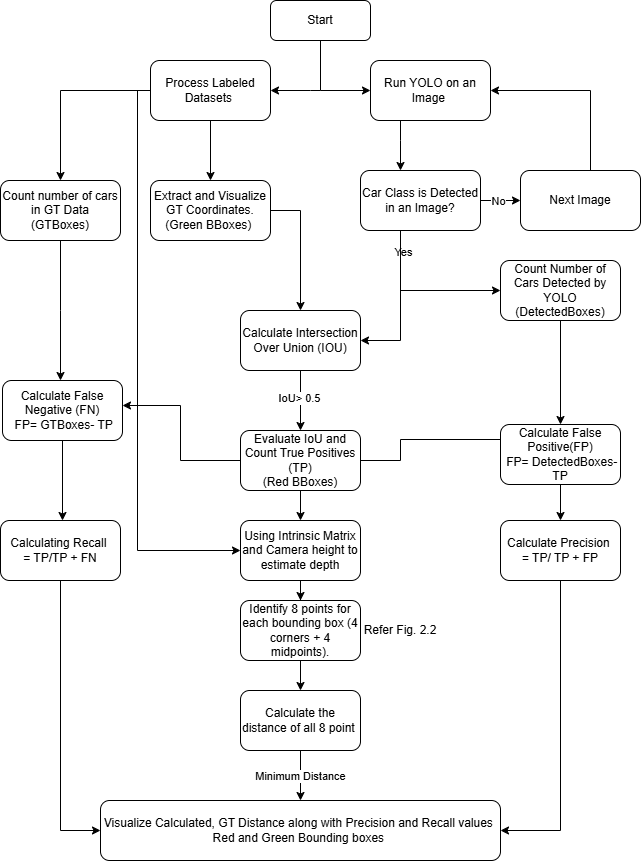
This is Algorithm_Flowchart.png from KaranSankla/ObjectDetection_YOLO, a draw.io export, as it was before one commit. Source tidied: cells renumbered, new cells last; positions are measured from the earlier drawing's top-left corner, leaving out a move shared by most shapes.
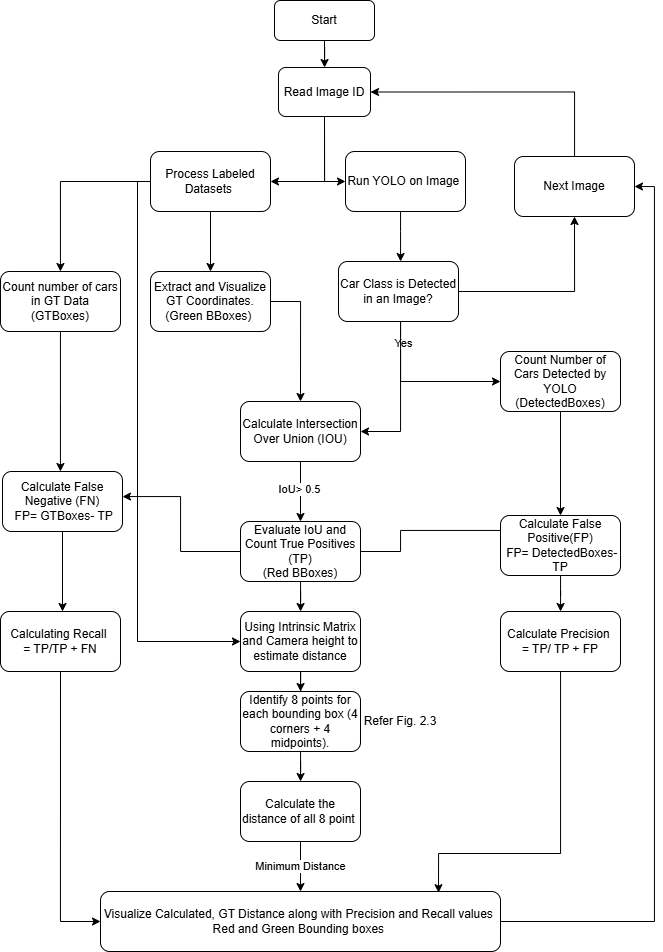
Later version of the same file.

What changed in the source:
```diff
@@ -2,11 +2,11 @@
   <root>
     <mxCell id="0" />
     <mxCell id="1" parent="0" />
-    <mxCell id="2" style="edgeStyle=orthogonalEdgeStyle;rounded=0;jettySize=auto;html=1;exitX=0.5;exitY=1;exitDx=0;exitDy=0;entryX=0;entryY=0.5;entryDx=0;entryDy=0;" parent="1" edge="1" source="3" target="9">
-      <mxGeometry relative="1" as="geometry" />
-    </mxCell>
+    <mxCell id="49" style="edgeStyle=orthogonalEdgeStyle;rounded=0;jettySize=auto;html=1;exitX=0.5;exitY=1;exitDx=0;exitDy=0;" parent="1" edge="1" source="3" target="20">
+      <mxGeometry relative="1" as="geometry" />
+    </mxCell>
     <mxCell id="3" value="Start" style="rounded=1;whiteSpace=wrap;html=1;" parent="1" vertex="1">
-      <mxGeometry x="270" width="100" height="40" as="geometry" />
+      <mxGeometry x="274" y="-91" width="100" height="40" as="geometry" />
     </mxCell>
     <mxCell id="4" style="edgeStyle=orthogonalEdgeStyle;rounded=0;jettySize=auto;html=1;" parent="1" edge="1" source="7" target="11">
       <mxGeometry relative="1" as="geometry" />
@@ -33,8 +33,8 @@
         </Array>
       </mxGeometry>
     </mxCell>
-    <mxCell id="9" value="Run YOLO on an Image&amp;nbsp;" style="rounded=1;whiteSpace=wrap;html=1;" parent="1" vertex="1">
-      <mxGeometry x="370" y="60" width="120" height="60" as="geometry" />
+    <mxCell id="9" value="Run YOLO on Image&amp;nbsp;" style="rounded=1;whiteSpace=wrap;html=1;" parent="1" vertex="1">
+      <mxGeometry x="345" y="60" width="120" height="60" as="geometry" />
     </mxCell>
     <mxCell id="10" style="edgeStyle=orthogonalEdgeStyle;rounded=0;jettySize=auto;html=1;" parent="1" edge="1" source="11" target="35">
       <mxGeometry relative="1" as="geometry">
@@ -47,12 +47,6 @@
     <mxCell id="11" value="Count number of cars in GT Data&lt;div&gt;(GTBoxes)&lt;/div&gt;" style="rounded=1;whiteSpace=wrap;html=1;" parent="1" vertex="1">
       <mxGeometry y="180" width="120" height="60" as="geometry" />
     </mxCell>
-    <mxCell id="12" style="edgeStyle=orthogonalEdgeStyle;rounded=0;jettySize=auto;html=1;" parent="1" edge="1" source="17" target="20">
-      <mxGeometry relative="1" as="geometry" />
-    </mxCell>
-    <mxCell id="13" value="No" style="edgeLabel;html=1;align=center;verticalAlign=middle;" parent="12" vertex="1">
-      <mxGeometry x="-0.13" relative="1" as="geometry" />
-    </mxCell>
     <mxCell id="14" style="edgeStyle=orthogonalEdgeStyle;rounded=0;jettySize=auto;html=1;" parent="1" edge="1" source="17" target="25">
       <mxGeometry relative="1" as="geometry">
         <Array as="points">
@@ -70,27 +64,24 @@
         </Array>
       </mxGeometry>
     </mxCell>
+    <mxCell id="50" style="edgeStyle=orthogonalEdgeStyle;rounded=0;jettySize=auto;html=1;entryX=0.5;entryY=1;entryDx=0;entryDy=0;" parent="1" edge="1" source="17" target="53">
+      <mxGeometry relative="1" as="geometry" />
+    </mxCell>
     <mxCell id="17" value="Car Class is Detected in an Image?" style="rounded=1;whiteSpace=wrap;html=1;" parent="1" vertex="1">
-      <mxGeometry x="360" y="170" width="120" height="60" as="geometry" />
+      <mxGeometry x="338" y="170" width="120" height="60" as="geometry" />
     </mxCell>
-    <mxCell id="18" style="edgeStyle=orthogonalEdgeStyle;rounded=0;jettySize=auto;html=1;entryX=1;entryY=0.5;entryDx=0;entryDy=0;" parent="1" edge="1" target="7">
+    <mxCell id="18" style="edgeStyle=orthogonalEdgeStyle;rounded=0;jettySize=auto;html=1;entryX=1;entryY=0.5;entryDx=0;entryDy=0;exitX=0.5;exitY=1;exitDx=0;exitDy=0;" parent="1" edge="1" source="20" target="7">
       <mxGeometry relative="1" as="geometry">
-        <mxPoint x="320" y="90" as="sourcePoint" />
         <Array as="points">
-          <mxPoint x="310" y="90" />
-          <mxPoint x="310" y="90" />
+          <mxPoint x="324" y="90" />
         </Array>
       </mxGeometry>
     </mxCell>
-    <mxCell id="19" style="edgeStyle=orthogonalEdgeStyle;rounded=0;jettySize=auto;html=1;entryX=1;entryY=0.5;entryDx=0;entryDy=0;exitX=0.5;exitY=0;exitDx=0;exitDy=0;" parent="1" edge="1" source="20" target="9">
-      <mxGeometry relative="1" as="geometry">
-        <Array as="points">
-          <mxPoint x="590" y="90" />
-        </Array>
-      </mxGeometry>
+    <mxCell id="19" style="edgeStyle=orthogonalEdgeStyle;rounded=0;jettySize=auto;html=1;exitX=0.5;exitY=1;exitDx=0;exitDy=0;entryX=0;entryY=0.5;entryDx=0;entryDy=0;" parent="1" edge="1" source="20" target="9">
+      <mxGeometry relative="1" as="geometry" />
     </mxCell>
-    <mxCell id="20" value="Next Image" style="rounded=1;whiteSpace=wrap;html=1;" parent="1" vertex="1">
-      <mxGeometry x="520" y="170" width="120" height="60" as="geometry" />
+    <mxCell id="20" value="Read Image ID" style="rounded=1;whiteSpace=wrap;html=1;" parent="1" vertex="1">
+      <mxGeometry x="278" y="-24" width="92" height="49" as="geometry" />
     </mxCell>
     <mxCell id="21" style="edgeStyle=orthogonalEdgeStyle;rounded=0;jettySize=auto;html=1;entryX=0.5;entryY=0;entryDx=0;entryDy=0;" parent="1" edge="1" source="22" target="25">
       <mxGeometry relative="1" as="geometry">
@@ -167,16 +158,13 @@
     <mxCell id="37" value="Calculating Recall&amp;nbsp;&lt;br&gt;= TP/TP + FN" style="rounded=1;whiteSpace=wrap;html=1;" parent="1" vertex="1">
       <mxGeometry y="520" width="120" height="60" as="geometry" />
     </mxCell>
-    <mxCell id="38" style="edgeStyle=orthogonalEdgeStyle;rounded=0;jettySize=auto;html=1;exitX=0.5;exitY=1;exitDx=0;exitDy=0;entryX=1;entryY=0.5;entryDx=0;entryDy=0;" parent="1" edge="1" source="39" target="47">
-      <mxGeometry relative="1" as="geometry" />
-    </mxCell>
     <mxCell id="39" value="Calculate Precision&amp;nbsp;&lt;div&gt;= TP/ TP + FP&lt;/div&gt;" style="rounded=1;whiteSpace=wrap;html=1;" parent="1" vertex="1">
       <mxGeometry x="500" y="520" width="120" height="60" as="geometry" />
     </mxCell>
     <mxCell id="40" style="edgeStyle=orthogonalEdgeStyle;rounded=0;jettySize=auto;html=1;" parent="1" edge="1" source="41" target="43">
       <mxGeometry relative="1" as="geometry" />
     </mxCell>
-    <mxCell id="41" value="Using Intrinsic Matrix and Camera height to estimate depth" style="rounded=1;whiteSpace=wrap;html=1;" parent="1" vertex="1">
+    <mxCell id="41" value="Using Intrinsic Matrix and Camera height to estimate distance" style="rounded=1;whiteSpace=wrap;html=1;" parent="1" vertex="1">
       <mxGeometry x="240" y="520" width="120" height="60" as="geometry" />
     </mxCell>
     <mxCell id="42" style="edgeStyle=orthogonalEdgeStyle;rounded=0;jettySize=auto;html=1;" parent="1" edge="1" source="43" target="46">
@@ -194,11 +182,32 @@
     <mxCell id="46" value="Calculate the distance of all 8 point&amp;nbsp;" style="rounded=1;whiteSpace=wrap;html=1;" parent="1" vertex="1">
       <mxGeometry x="240" y="690" width="120" height="60" as="geometry" />
     </mxCell>
+    <mxCell id="51" style="edgeStyle=orthogonalEdgeStyle;rounded=0;jettySize=auto;html=1;entryX=1;entryY=0.5;entryDx=0;entryDy=0;" parent="1" edge="1" source="47" target="53">
+      <mxGeometry relative="1" as="geometry" />
+    </mxCell>
     <mxCell id="47" value="Visualize Calculated, GT Distance along with Precision and Recall values&amp;nbsp;&lt;div&gt;Red and Green Bounding boxes&amp;nbsp;&lt;/div&gt;" style="rounded=1;whiteSpace=wrap;html=1;" parent="1" vertex="1">
       <mxGeometry x="100" y="800" width="400" height="60" as="geometry" />
     </mxCell>
-    <mxCell id="48" value="Refer Fig. 2.2" style="text;html=1;align=center;verticalAlign=middle;whiteSpace=wrap;rounded=0;" parent="1" vertex="1">
+    <mxCell id="48" value="Refer Fig. 2.3" style="text;html=1;align=center;verticalAlign=middle;whiteSpace=wrap;rounded=0;" parent="1" vertex="1">
       <mxGeometry x="360" y="615" width="80" height="30" as="geometry" />
     </mxCell>
+    <mxCell id="52" style="edgeStyle=orthogonalEdgeStyle;rounded=0;jettySize=auto;html=1;entryX=1;entryY=0.5;entryDx=0;entryDy=0;" parent="1" edge="1" source="53" target="20">
+      <mxGeometry relative="1" as="geometry">
+        <Array as="points">
+          <mxPoint x="574" y="1" />
+        </Array>
+      </mxGeometry>
+    </mxCell>
+    <mxCell id="53" value="Next Image" style="rounded=1;whiteSpace=wrap;html=1;" parent="1" vertex="1">
+      <mxGeometry x="514" y="65" width="120" height="60" as="geometry" />
+    </mxCell>
+    <mxCell id="38" style="edgeStyle=orthogonalEdgeStyle;rounded=0;jettySize=auto;html=1;entryX=0.845;entryY=0.02;entryDx=0;entryDy=0;entryPerimeter=0;" parent="1" edge="1" source="39" target="47">
+      <mxGeometry relative="1" as="geometry">
+        <Array as="points">
+          <mxPoint x="560" y="762" />
+          <mxPoint x="438" y="762" />
+        </Array>
+      </mxGeometry>
+    </mxCell>
   </root>
 </mxGraphModel>
```
